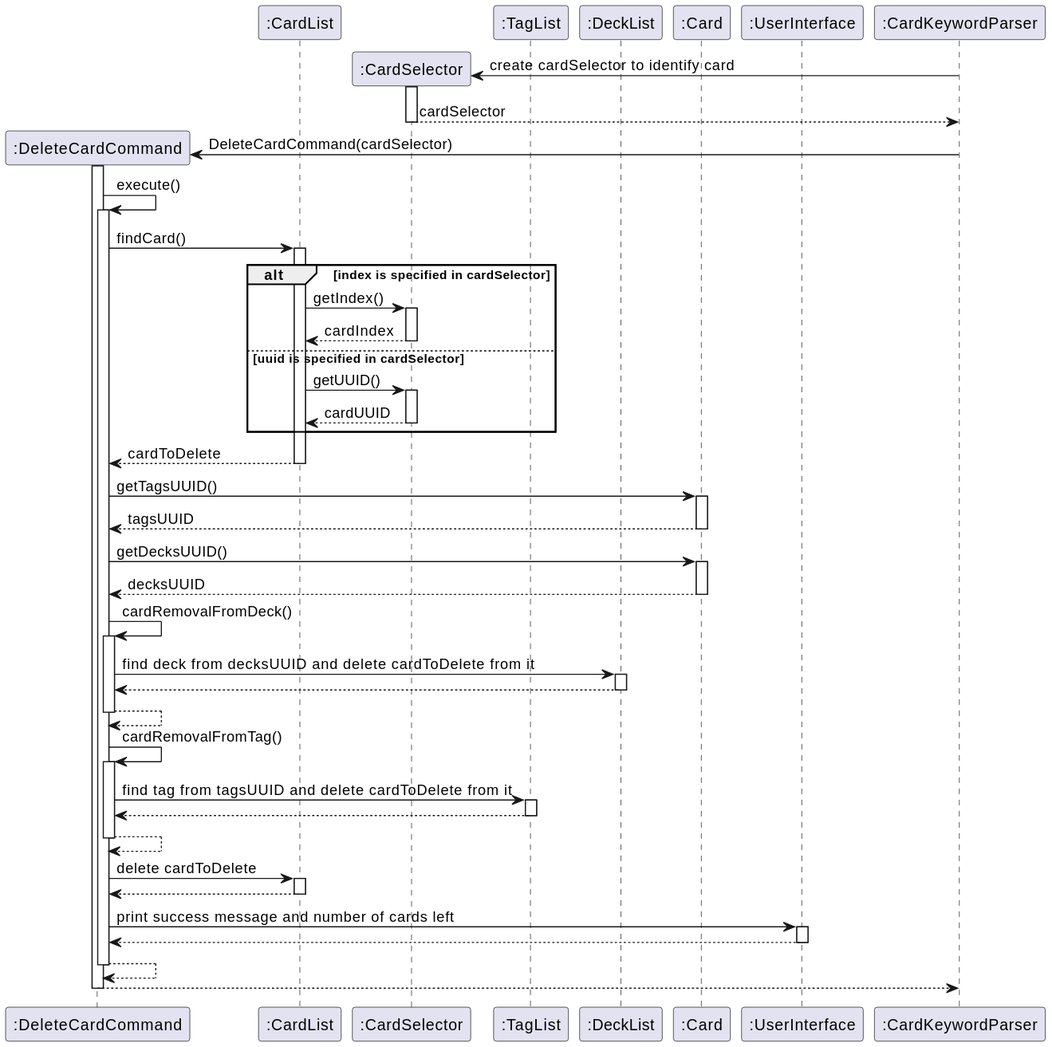
nus-cs2113-AY2223S2/tp keeps this PlantUML diagram as docs/img/CardDeleteSequence.svg. Above is the earlier version.
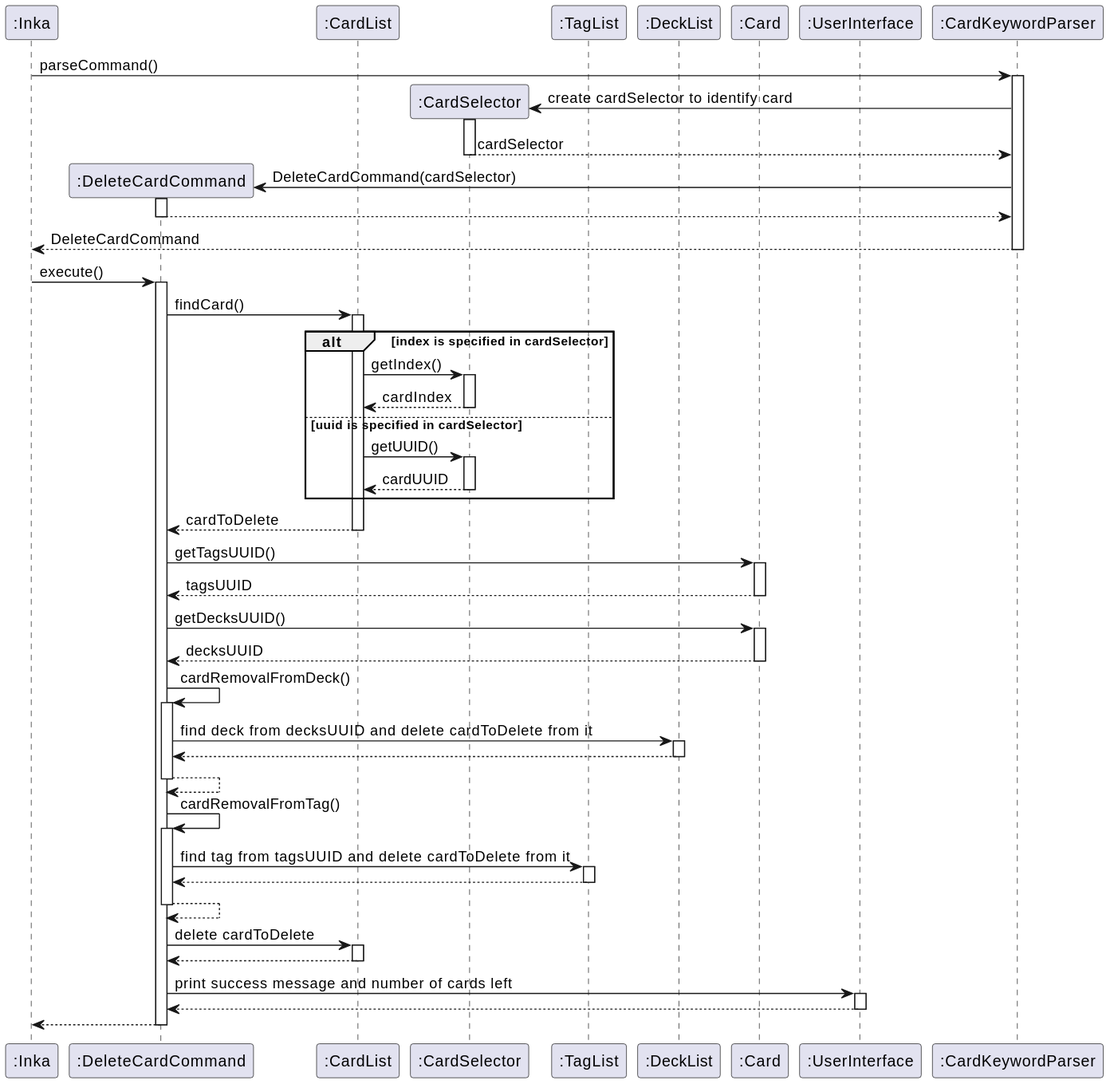
The same file after the commit.

Commit message:
Update Card Sequence Diagrams

The edit, as a diff of the source:
```diff
@@ -1,6 +1,7 @@
 @startuml
 autoactivate on
 
+participant ":Inka" as Inka
 participant ":DeleteCardCommand" as DeleteCardCommand
 participant ":CardList" as CardList
 participant ":CardSelector" as CardSelector
@@ -10,14 +11,19 @@
 participant ":UserInterface" as UserInterface
 participant ":CardKeywordParser" as CardKeywordParser
 
+Inka -> CardKeywordParser : parseCommand()
+
 Create CardSelector
 CardKeywordParser -> CardSelector : create cardSelector to identify card
 return cardSelector
 
 Create DeleteCardCommand
 CardKeywordParser -> DeleteCardCommand : DeleteCardCommand(cardSelector)
+return
 
-DeleteCardCommand -> DeleteCardCommand : execute()
+return DeleteCardCommand
+
+Inka -> DeleteCardCommand : execute()
 DeleteCardCommand -> CardList : findCard()
 
 alt index is specified in cardSelector
@@ -51,6 +57,4 @@
 return
 
 return
-
-return
 @enduml
```
